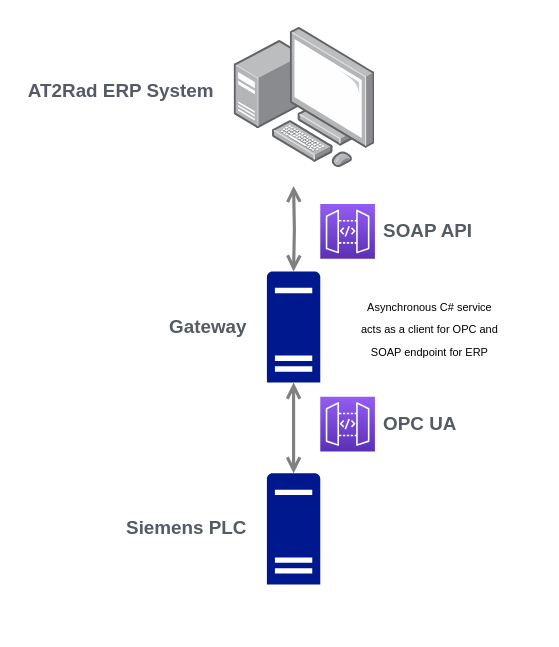
This is Caldan.drawio from GeraltWitcher1/Diagrams, a draw.io file, before an edit. Source tidied: cells renumbered, new cells numbered last; positions are measured from the earlier drawing's top-left corner, leaving out a move shared by most shapes. Both pictures are drawn from the tidied source at 157%, with x=0, y=0 at pixel (234, 27).
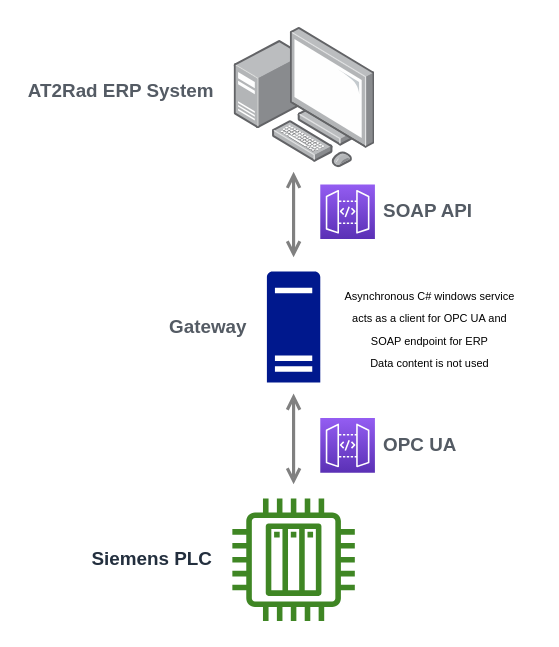
The same page after the edit.

Change to the diagram source:
```diff
@@
 <mxGraphModel>
   <root>
     <mxCell id="0" />
     <mxCell id="1" parent="0" />
-    <mxCell id="2" style="edgeStyle=orthogonalEdgeStyle;rounded=0;jettySize=auto;html=1;startArrow=open;startFill=0;endArrow=open;endFill=0;strokeWidth=2;strokeColor=#808080;entryX=0.5;entryY=0;entryDx=0;entryDy=0;entryPerimeter=0;" parent="1" edge="1" target="4">
+    <mxCell id="2" style="edgeStyle=orthogonalEdgeStyle;rounded=0;orthogonalLoop=1;jettySize=auto;html=1;startArrow=open;startFill=0;endArrow=open;endFill=0;strokeWidth=2;strokeColor=#808080;entryX=0.5;entryY=0;entryDx=0;entryDy=0;entryPerimeter=0;" parent="1" edge="1">
       <mxGeometry relative="1" as="geometry">
-        <mxPoint x="37.5" y="100.9" as="sourcePoint" />
+        <mxPoint x="37.5" y="91.9" as="sourcePoint" />
+        <mxPoint x="37.5" y="146.4" as="targetPoint" />
       </mxGeometry>
     </mxCell>
-    <mxCell id="3" value="&lt;b&gt;Siemens PLC&lt;/b&gt;" style="sketch=0;shadow=0;dashed=0;html=1;strokeColor=none;labelPosition=left;verticalLabelPosition=middle;verticalAlign=middle;align=right;fillColor=#00188D;shape=mxgraph.mscae.enterprise.server_generic;spacingRight=12;fontColor=#545B64;" parent="1" vertex="1">
-      <mxGeometry x="20.5" y="284" width="34" height="70.8" as="geometry" />
-    </mxCell>
     <mxCell id="4" value="&lt;b&gt;Gateway&lt;/b&gt;" style="sketch=0;shadow=0;dashed=0;html=1;strokeColor=none;labelPosition=left;verticalLabelPosition=middle;verticalAlign=middle;align=right;fillColor=#00188D;shape=mxgraph.mscae.enterprise.server_generic;spacingLeft=4;fontColor=#545B64;spacingRight=12;" parent="1" vertex="1">
       <mxGeometry x="20.5" y="155.4" width="34" height="70.8" as="geometry" />
     </mxCell>
-    <mxCell id="5" style="edgeStyle=orthogonalEdgeStyle;rounded=0;jettySize=auto;html=1;startArrow=open;startFill=0;endArrow=open;endFill=0;strokeWidth=2;strokeColor=#808080;exitX=0.5;exitY=1;exitDx=0;exitDy=0;exitPerimeter=0;entryX=0.5;entryY=0;entryDx=0;entryDy=0;entryPerimeter=0;" parent="1" edge="1" source="4" target="3">
-      <mxGeometry relative="1" as="geometry" />
+    <mxCell id="5" style="edgeStyle=orthogonalEdgeStyle;rounded=0;orthogonalLoop=1;jettySize=auto;html=1;startArrow=open;startFill=0;endArrow=open;endFill=0;strokeWidth=2;strokeColor=#808080;exitX=0.5;exitY=1;exitDx=0;exitDy=0;exitPerimeter=0;entryX=0.5;entryY=0;entryDx=0;entryDy=0;entryPerimeter=0;" parent="1" edge="1">
+      <mxGeometry relative="1" as="geometry">
+        <mxPoint x="37.5" y="233.2" as="sourcePoint" />
+        <mxPoint x="37.5" y="291" as="targetPoint" />
+        <Array as="points">
+          <mxPoint x="38" y="257" />
+          <mxPoint x="38" y="257" />
+        </Array>
+      </mxGeometry>
     </mxCell>
     <mxCell id="6" value="SOAP API" style="fontColor=#545B64;gradientColor=#945DF2;gradientDirection=north;fillColor=#5A30B5;strokeColor=#ffffff;dashed=0;verticalLabelPosition=middle;verticalAlign=middle;align=left;html=1;fontSize=12;fontStyle=1;shape=mxgraph.aws4.resourceIcon;resIcon=mxgraph.aws4.api_gateway;labelBackgroundColor=#ffffff;labelPosition=right;spacingRight=12;spacingLeft=4;" parent="1" vertex="1">
-      <mxGeometry x="54.5" y="112.5" width="34.8" height="34.8" as="geometry" />
+      <mxGeometry x="54.5" y="100" width="34.8" height="34.8" as="geometry" />
     </mxCell>
     <mxCell id="7" value="OPC UA" style="fontColor=#545B64;gradientColor=#945DF2;gradientDirection=north;fillColor=#5A30B5;strokeColor=#ffffff;dashed=0;verticalLabelPosition=middle;verticalAlign=middle;align=left;html=1;fontSize=12;fontStyle=1;shape=mxgraph.aws4.resourceIcon;resIcon=mxgraph.aws4.api_gateway;labelBackgroundColor=#ffffff;labelPosition=right;spacingRight=12;spacingLeft=4;" parent="1" vertex="1">
-      <mxGeometry x="54.5" y="235.2" width="34.8" height="34.8" as="geometry" />
+      <mxGeometry x="54.5" y="248.8" width="34.8" height="34.8" as="geometry" />
     </mxCell>
-    <mxCell id="8" value="&lt;span style=&quot;font-size: 7px;&quot;&gt;Asynchronous C# service&lt;br&gt;acts as a client for OPC and&lt;br&gt;SOAP endpoint for ERP&lt;br&gt;&lt;/span&gt;" style="text;html=1;align=center;verticalAlign=middle;strokeColor=none;fillColor=none;" parent="1" vertex="1">
-      <mxGeometry x="69" y="160.8" width="110" height="60" as="geometry" />
+    <mxCell id="8" value="&lt;span style=&quot;font-size: 7px;&quot;&gt;Asynchronous C# windows service&lt;br&gt;acts as a client for OPC UA and&lt;br&gt;SOAP endpoint for ERP&lt;br&gt;Data content is not used&lt;br&gt;&lt;/span&gt;" style="text;html=1;align=center;verticalAlign=middle;strokeColor=none;fillColor=none;" parent="1" vertex="1">
+      <mxGeometry x="59" y="155.8" width="130" height="70" as="geometry" />
     </mxCell>
     <mxCell id="9" value="&#10;&lt;span style=&quot;color: rgb(84, 91, 100); font-family: Helvetica; font-size: 12px; font-style: normal; font-variant-ligatures: normal; font-variant-caps: normal; font-weight: 700; letter-spacing: normal; orphans: 2; text-align: right; text-indent: 0px; text-transform: none; widows: 2; word-spacing: 0px; -webkit-text-stroke-width: 0px; background-color: rgb(255, 255, 255); text-decoration-thickness: initial; text-decoration-style: initial; text-decoration-color: initial; float: none; display: inline !important;&quot;&gt;AT2Rad ERP System&lt;/span&gt;&#10;&#10;" style="html=1;align=right;shadow=0;dashed=0;image;image=img/lib/allied_telesis/computer_and_terminals/Personal_Computer_with_Server.svg;fontSize=7;labelPosition=left;verticalLabelPosition=middle;verticalAlign=middle;spacingLeft=4;spacingRight=12;" parent="1" vertex="1">
       <mxGeometry x="-0.2" width="89.7" height="89.7" as="geometry" />
     </mxCell>
+    <mxCell id="3" value="&lt;b&gt;Siemens PLC&lt;/b&gt;" style="sketch=0;outlineConnect=0;fontColor=#232F3E;gradientColor=none;fillColor=#3F8624;strokeColor=none;dashed=0;verticalLabelPosition=middle;verticalAlign=middle;align=right;html=1;fontSize=12;fontStyle=0;shape=mxgraph.aws4.iot_thing_plc;labelPosition=left;spacingRight=12;" parent="1" vertex="1">
+      <mxGeometry x="-1.5" y="300" width="78" height="78" as="geometry" />
+    </mxCell>
   </root>
 </mxGraphModel>
```
